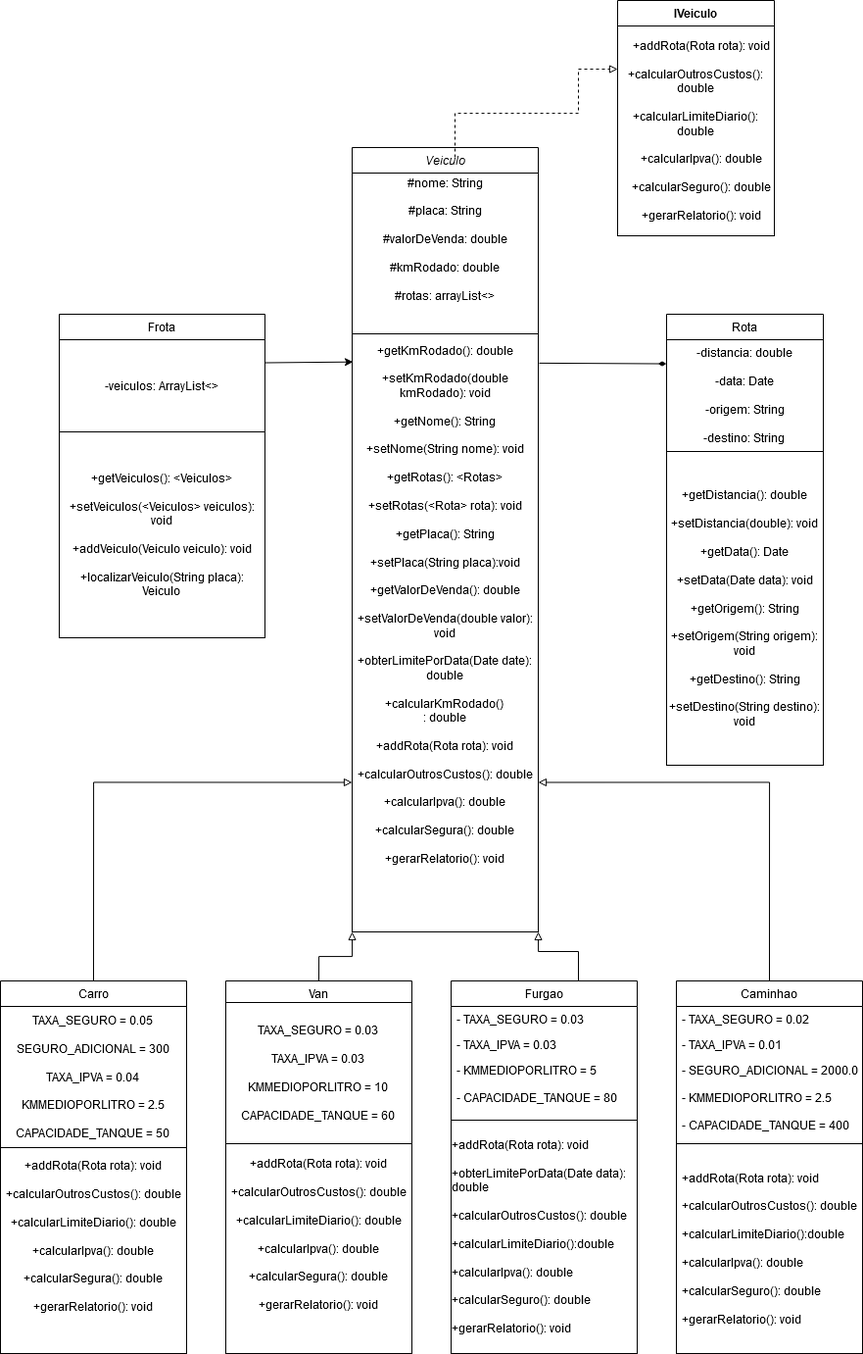
DisciplinasProgramacao/projetos-3-4-5-grupo-8 keeps this draw.io diagram as docs/diagramas/Diagrama de Classes.png. Above is the earlier version. Source tidied: cells renumbered, new cells last; positions are measured from the earlier drawing's top-left corner, leaving out a move shared by most shapes.
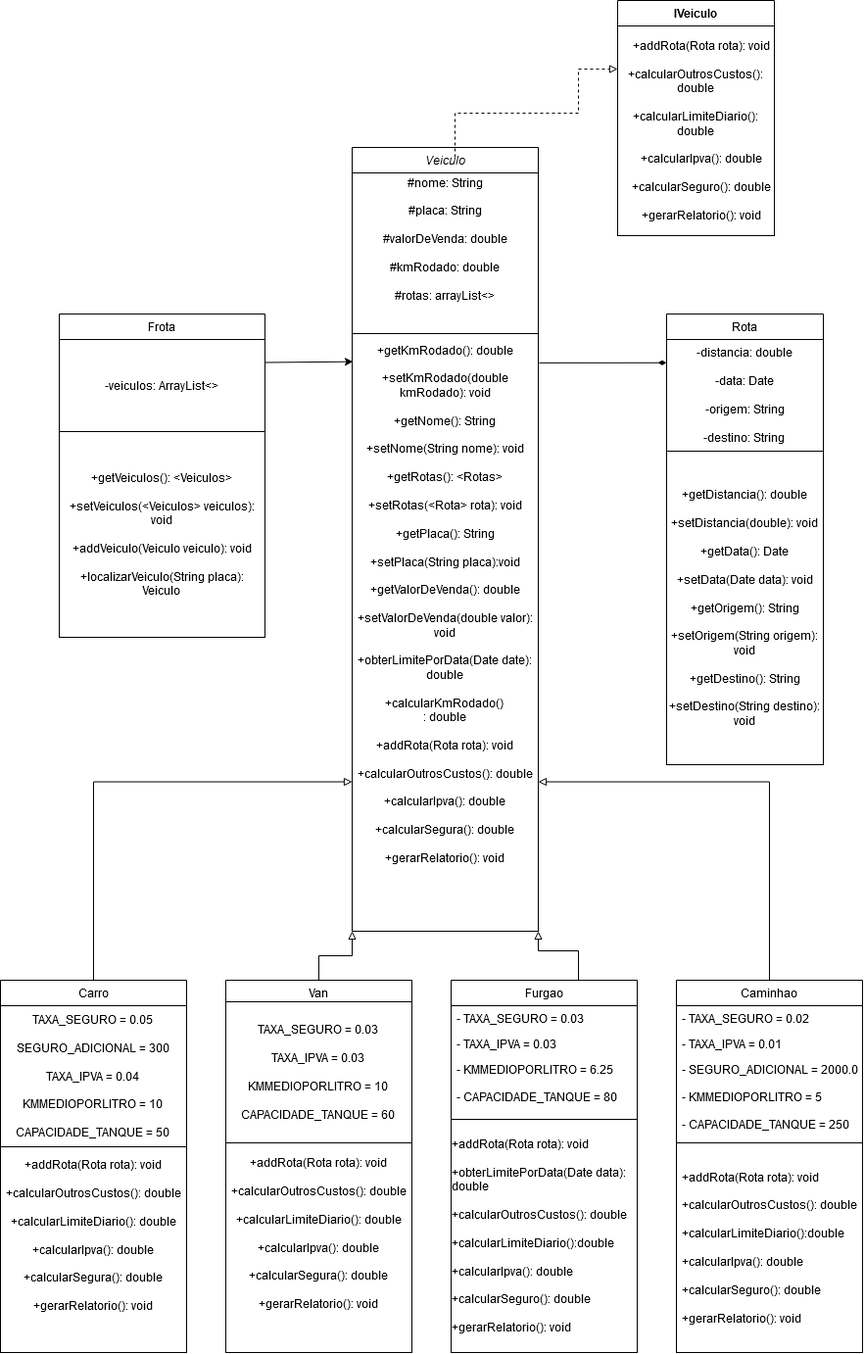
The same diagram one commit later.

Commit message:
corrigindo erros nas constantes do diagrama

Diff of the diagram source:
```diff
@@ -46,7 +46,7 @@
     <mxCell id="15" value="- TAXA_IPVA = 0.01" style="text;strokeColor=none;fillColor=none;align=left;verticalAlign=top;spacingLeft=4;spacingRight=4;overflow=hidden;" parent="13" vertex="1">
       <mxGeometry y="52" width="190" height="26" as="geometry" />
     </mxCell>
-    <mxCell id="16" value="- SEGURO_ADICIONAL = 2000.00&#10;&#10;- KMMEDIOPORLITRO = 2.5&#10;&#10;- CAPACIDADE_TANQUE = 400&#10;&#10;" style="text;strokeColor=none;fillColor=none;align=left;verticalAlign=top;spacingLeft=4;spacingRight=4;overflow=hidden;" parent="13" vertex="1">
+    <mxCell id="16" value="- SEGURO_ADICIONAL = 2000.00&#10;&#10;- KMMEDIOPORLITRO = 5&#10;&#10;- CAPACIDADE_TANQUE = 250&#10;&#10;" style="text;strokeColor=none;fillColor=none;align=left;verticalAlign=top;spacingLeft=4;spacingRight=4;overflow=hidden;" parent="13" vertex="1">
       <mxGeometry y="78" width="190" height="92" as="geometry" />
     </mxCell>
     <mxCell id="17" value="Frota" style="swimlane;fontStyle=0;align=center;verticalAlign=top;horizontal=1;startSize=26;rounded=0;shadow=0;strokeWidth=1;" parent="1" vertex="1">
@@ -64,7 +64,7 @@
     <mxCell id="21" value="- TAXA_IPVA = 0.03" style="text;strokeColor=none;fillColor=none;align=left;verticalAlign=top;spacingLeft=4;spacingRight=4;overflow=hidden;" parent="19" vertex="1">
       <mxGeometry y="52" width="190" height="26" as="geometry" />
     </mxCell>
-    <mxCell id="22" value="- KMMEDIOPORLITRO = 5&#10;&#10;- CAPACIDADE_TANQUE = 80&#10;&#10;" style="text;strokeColor=none;fillColor=none;align=left;verticalAlign=top;spacingLeft=4;spacingRight=4;overflow=hidden;" parent="19" vertex="1">
+    <mxCell id="22" value="- KMMEDIOPORLITRO = 6.25&#10;&#10;- CAPACIDADE_TANQUE = 80&#10;&#10;" style="text;strokeColor=none;fillColor=none;align=left;verticalAlign=top;spacingLeft=4;spacingRight=4;overflow=hidden;" parent="19" vertex="1">
       <mxGeometry y="78" width="190" height="64" as="geometry" />
     </mxCell>
     <mxCell id="23" value="&lt;div align=&quot;left&quot;&gt;+addRota(Rota rota): void&lt;/div&gt;&lt;div align=&quot;left&quot;&gt;&lt;br&gt;&lt;/div&gt;&lt;div align=&quot;left&quot;&gt;+calcularOutrosCustos(): double&lt;/div&gt;&lt;div align=&quot;left&quot;&gt;&lt;br&gt;&lt;/div&gt;&lt;div align=&quot;left&quot;&gt;+calcularLimiteDiario():double&lt;/div&gt;&lt;div align=&quot;left&quot;&gt;&lt;br&gt;&lt;/div&gt;&lt;div align=&quot;left&quot;&gt;+calcularIpva(): double&lt;/div&gt;&lt;div align=&quot;left&quot;&gt;&lt;br&gt;&lt;/div&gt;&lt;div align=&quot;left&quot;&gt;+calcularSeguro(): double&lt;/div&gt;&lt;div align=&quot;left&quot;&gt;&lt;br&gt;&lt;/div&gt;&lt;div align=&quot;left&quot;&gt;+gerarRelatorio(): void&lt;br&gt;&lt;/div&gt;" style="rounded=0;whiteSpace=wrap;html=1;" parent="1" vertex="1">
@@ -73,7 +73,7 @@
     <mxCell id="24" value="&lt;div align=&quot;left&quot;&gt;+addRota(Rota rota): void&lt;/div&gt;&lt;div align=&quot;left&quot;&gt;&lt;br&gt;&lt;/div&gt;&lt;div align=&quot;left&quot;&gt;+obterLimitePorData(Date data): double&lt;br&gt;&lt;/div&gt;&lt;div align=&quot;left&quot;&gt;&lt;br&gt;&lt;/div&gt;&lt;div align=&quot;left&quot;&gt;+calcularOutrosCustos(): double&lt;/div&gt;&lt;div align=&quot;left&quot;&gt;&lt;br&gt;&lt;/div&gt;&lt;div align=&quot;left&quot;&gt;+calcularLimiteDiario():double&lt;/div&gt;&lt;div align=&quot;left&quot;&gt;&lt;br&gt;&lt;/div&gt;&lt;div align=&quot;left&quot;&gt;+calcularIpva(): double&lt;/div&gt;&lt;div align=&quot;left&quot;&gt;&lt;br&gt;&lt;/div&gt;&lt;div align=&quot;left&quot;&gt;+calcularSeguro(): double&lt;/div&gt;&lt;div align=&quot;left&quot;&gt;&lt;br&gt;&lt;/div&gt;&lt;div align=&quot;left&quot;&gt;+gerarRelatorio(): void&lt;/div&gt;" style="rounded=0;whiteSpace=wrap;html=1;" parent="1" vertex="1">
       <mxGeometry x="460" y="1142" width="190" height="238" as="geometry" />
     </mxCell>
-    <mxCell id="25" value="&lt;div&gt;TAXA_SEGURO = 0.05&lt;/div&gt;&lt;div&gt;&lt;br&gt;&lt;/div&gt;&lt;div&gt;SEGURO_ADICIONAL = 300&lt;/div&gt;&lt;div&gt;&lt;br&gt;&lt;/div&gt;&lt;div&gt;TAXA_IPVA = 0.04&lt;/div&gt;&lt;div&gt;&lt;br&gt;&lt;/div&gt;&lt;div&gt;KMMEDIOPORLITRO = 2.5&lt;/div&gt;&lt;div&gt;&lt;br&gt;&lt;/div&gt;&lt;div&gt;CAPACIDADE_TANQUE = 50&lt;br&gt;&lt;/div&gt;" style="rounded=0;whiteSpace=wrap;html=1;" parent="1" vertex="1">
+    <mxCell id="25" value="&lt;div&gt;TAXA_SEGURO = 0.05&lt;/div&gt;&lt;div&gt;&lt;br&gt;&lt;/div&gt;&lt;div&gt;SEGURO_ADICIONAL = 300&lt;/div&gt;&lt;div&gt;&lt;br&gt;&lt;/div&gt;&lt;div&gt;TAXA_IPVA = 0.04&lt;/div&gt;&lt;div&gt;&lt;br&gt;&lt;/div&gt;&lt;div&gt;KMMEDIOPORLITRO = 10&lt;br&gt;&lt;/div&gt;&lt;div&gt;&lt;br&gt;&lt;/div&gt;&lt;div&gt;CAPACIDADE_TANQUE = 50&lt;br&gt;&lt;/div&gt;" style="rounded=0;whiteSpace=wrap;html=1;" parent="1" vertex="1">
       <mxGeometry y="1026" width="190" height="144" as="geometry" />
     </mxCell>
     <mxCell id="26" value="&lt;div&gt;+addRota(Rota rota): void&lt;/div&gt;&lt;div&gt;&lt;br&gt;&lt;/div&gt;&lt;div&gt;+calcularOutrosCustos(): double&lt;/div&gt;&lt;div&gt;&lt;br&gt;&lt;/div&gt;&lt;div&gt;+calcularLimiteDiario(): double&lt;/div&gt;&lt;div&gt;&lt;br&gt;&lt;/div&gt;&lt;div&gt;+calcularIpva(): double&lt;/div&gt;&lt;div&gt;&lt;br&gt;&lt;/div&gt;&lt;div&gt;+calcularSegura(): double&lt;/div&gt;&lt;div&gt;&lt;br&gt;&lt;/div&gt;&lt;div&gt;+gerarRelatorio(): void&lt;br&gt;&lt;/div&gt;&lt;div&gt;&lt;br&gt;&lt;/div&gt;&lt;div&gt;&lt;br&gt;&lt;/div&gt;" style="rounded=0;whiteSpace=wrap;html=1;" parent="1" vertex="1">
```
